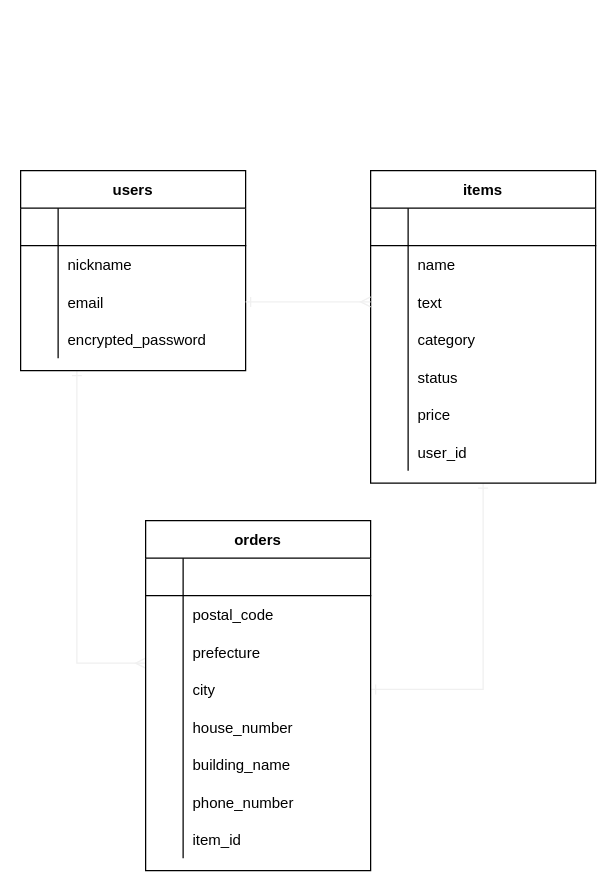
Before: app/furima.dio in pukutan2021/furima-36257, a draw.io diagram. Source tidied: cells renumbered, new cells numbered last; positions are measured from the earlier drawing's top-left corner, leaving out a move shared by most shapes. Both pictures are drawn from the tidied source at 125%, with x=0, y=0 at pixel (20, 170).
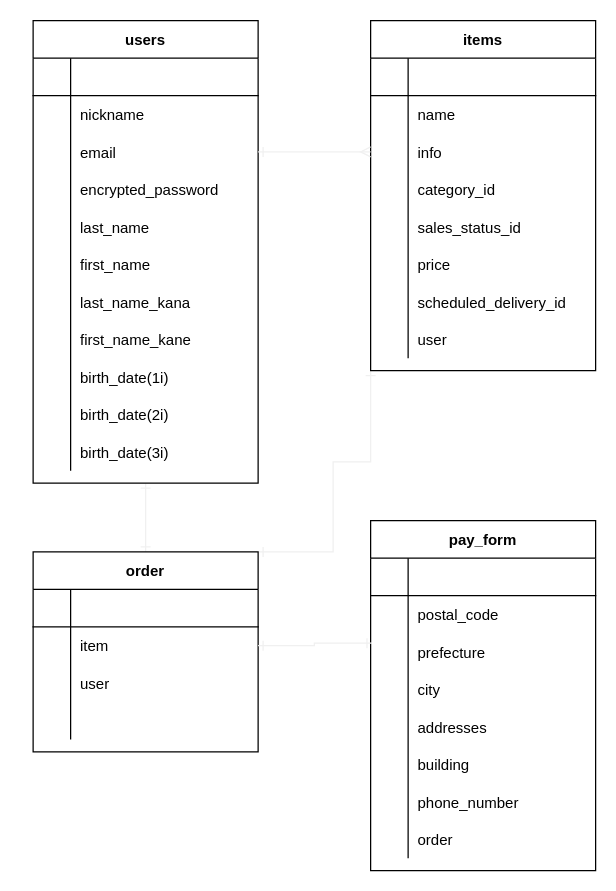
After the change.

Commit message (it also covers changes not shown here):
ER図とREADMEの変更

The change refers to these unchanged cells:
```xml
<mxCell id="24" style="shape=partialRectangle;fillColor=none;top=0;left=0;bottom=0;right=0;points=[[0,0.5],[1,0.5]];portConstraint=eastwest;" parent="17" vertex="1">
  <mxGeometry y="90" width="180" height="30" as="geometry" />
</mxCell>
<mxCell id="27" style="shape=partialRectangle;fillColor=none;top=0;left=0;bottom=0;right=0;" parent="17" vertex="1">
  <mxGeometry y="120" width="180" height="30" as="geometry" />
</mxCell>
<mxCell id="30" style="shape=partialRectangle;fillColor=none;top=0;left=0;bottom=0;right=0;" parent="17" vertex="1">
  <mxGeometry y="150" width="180" height="30" as="geometry" />
</mxCell>
<mxCell id="47" style="shape=partialRectangle;fillColor=none;top=0;left=0;bottom=0;right=0;points=[[0,0.5],[1,0.5]];portConstraint=eastwest;" parent="40" vertex="1">
  <mxGeometry y="90" width="180" height="30" as="geometry" />
</mxCell>
<mxCell id="50" style="shape=partialRectangle;fillColor=none;top=0;left=0;bottom=0;right=0;points=[[0,0.5],[1,0.5]];portConstraint=eastwest;" parent="40" vertex="1">
  <mxGeometry y="120" width="180" height="30" as="geometry" />
</mxCell>
<mxCell id="53" style="shape=partialRectangle;fillColor=none;top=0;left=0;bottom=0;right=0;" parent="40" vertex="1">
  <mxGeometry y="150" width="180" height="30" as="geometry" />
</mxCell>
<mxCell id="56" style="shape=partialRectangle;fillColor=none;top=0;left=0;bottom=0;right=0;" parent="40" vertex="1">
  <mxGeometry y="180" width="180" height="30" as="geometry" />
</mxCell>
<mxCell id="62" style="shape=partialRectangle;fillColor=none;top=0;left=0;bottom=0;right=0;" parent="40" vertex="1">
  <mxGeometry y="240" width="180" height="30" as="geometry" />
</mxCell>
```

Diff of the diagram source:
```diff
@@
-    <mxCell id="2" style="edgeStyle=orthogonalEdgeStyle;rounded=0;jettySize=auto;html=1;exitX=0.25;exitY=1;exitDx=0;exitDy=0;entryX=0;entryY=0.8;entryDx=0;entryDy=0;entryPerimeter=0;startArrow=ERone;startFill=0;endArrow=ERmany;endFill=0;strokeColor=#f0f0f0;" parent="1" edge="1" source="3" target="47">
-      <mxGeometry relative="1" as="geometry" />
-    </mxCell>
+    <mxCell id="65" style="edgeStyle=orthogonalEdgeStyle;rounded=0;jettySize=auto;html=1;exitX=0.5;exitY=1;exitDx=0;exitDy=0;entryX=0.5;entryY=0;entryDx=0;entryDy=0;startArrow=ERone;startFill=0;endArrow=ERone;endFill=0;strokeColor=#f0f0f0;" parent="1" edge="1" source="3" target="91">
+      <mxGeometry relative="1" as="geometry" />
+    </mxCell>
     <mxCell id="3" value="users" style="shape=table;startSize=30;childLayout=tableLayout;rowLines=0;fontStyle=1;align=center;" parent="1" vertex="1">
-      <mxGeometry width="180" height="160" as="geometry" />
+      <mxGeometry x="10" y="-120" width="180" height="370" as="geometry" />
     </mxCell>
@@
-    <mxCell id="16" style="edgeStyle=orthogonalEdgeStyle;rounded=0;jettySize=auto;html=1;exitX=0.5;exitY=1;exitDx=0;exitDy=0;entryX=1;entryY=0.5;entryDx=0;entryDy=0;startArrow=ERone;startFill=0;endArrow=ERone;endFill=0;strokeColor=#f0f0f0;" parent="1" edge="1" source="17" target="50">
-      <mxGeometry relative="1" as="geometry" />
-    </mxCell>
+    <mxCell id="66" style="shape=partialRectangle;fillColor=none;top=0;left=0;bottom=0;right=0;" parent="3" vertex="1">
+      <mxGeometry y="150" width="180" height="30" as="geometry" />
+    </mxCell>
+    <mxCell id="67" style="shape=partialRectangle;fillColor=none;top=0;left=0;bottom=0;right=0;overflow=hidden;" parent="66" vertex="1">
+      <mxGeometry width="30" height="30" as="geometry" />
+    </mxCell>
+    <mxCell id="68" value="last_name" style="shape=partialRectangle;fillColor=none;top=0;left=0;bottom=0;right=0;align=left;spacingLeft=6;overflow=hidden;" parent="66" vertex="1">
+      <mxGeometry x="30" width="150" height="30" as="geometry" />
+    </mxCell>
+    <mxCell id="69" style="shape=partialRectangle;fillColor=none;top=0;left=0;bottom=0;right=0;" parent="3" vertex="1">
+      <mxGeometry y="180" width="180" height="30" as="geometry" />
+    </mxCell>
+    <mxCell id="70" style="shape=partialRectangle;fillColor=none;top=0;left=0;bottom=0;right=0;overflow=hidden;" parent="69" vertex="1">
+      <mxGeometry width="30" height="30" as="geometry" />
+    </mxCell>
+    <mxCell id="71" value="first_name" style="shape=partialRectangle;fillColor=none;top=0;left=0;bottom=0;right=0;align=left;spacingLeft=6;overflow=hidden;" parent="69" vertex="1">
+      <mxGeometry x="30" width="150" height="30" as="geometry" />
+    </mxCell>
+    <mxCell id="72" style="shape=partialRectangle;fillColor=none;top=0;left=0;bottom=0;right=0;" parent="3" vertex="1">
+      <mxGeometry y="210" width="180" height="30" as="geometry" />
+    </mxCell>
+    <mxCell id="73" style="shape=partialRectangle;fillColor=none;top=0;left=0;bottom=0;right=0;overflow=hidden;" parent="72" vertex="1">
+      <mxGeometry width="30" height="30" as="geometry" />
+    </mxCell>
+    <mxCell id="74" value="last_name_kana" style="shape=partialRectangle;fillColor=none;top=0;left=0;bottom=0;right=0;align=left;spacingLeft=6;overflow=hidden;" parent="72" vertex="1">
+      <mxGeometry x="30" width="150" height="30" as="geometry" />
+    </mxCell>
+    <mxCell id="75" style="shape=partialRectangle;fillColor=none;top=0;left=0;bottom=0;right=0;" parent="3" vertex="1">
+      <mxGeometry y="240" width="180" height="30" as="geometry" />
+    </mxCell>
+    <mxCell id="76" style="shape=partialRectangle;fillColor=none;top=0;left=0;bottom=0;right=0;overflow=hidden;" parent="75" vertex="1">
+      <mxGeometry width="30" height="30" as="geometry" />
+    </mxCell>
+    <mxCell id="77" value="first_name_kane" style="shape=partialRectangle;fillColor=none;top=0;left=0;bottom=0;right=0;align=left;spacingLeft=6;overflow=hidden;" parent="75" vertex="1">
+      <mxGeometry x="30" width="150" height="30" as="geometry" />
+    </mxCell>
+    <mxCell id="78" style="shape=partialRectangle;fillColor=none;top=0;left=0;bottom=0;right=0;" parent="3" vertex="1">
+      <mxGeometry y="270" width="180" height="30" as="geometry" />
+    </mxCell>
+    <mxCell id="79" style="shape=partialRectangle;fillColor=none;top=0;left=0;bottom=0;right=0;overflow=hidden;" parent="78" vertex="1">
+      <mxGeometry width="30" height="30" as="geometry" />
+    </mxCell>
+    <mxCell id="80" value="birth_date(1i)" style="shape=partialRectangle;fillColor=none;top=0;left=0;bottom=0;right=0;align=left;spacingLeft=6;overflow=hidden;" parent="78" vertex="1">
+      <mxGeometry x="30" width="150" height="30" as="geometry" />
+    </mxCell>
+    <mxCell id="81" style="shape=partialRectangle;fillColor=none;top=0;left=0;bottom=0;right=0;" parent="3" vertex="1">
+      <mxGeometry y="300" width="180" height="30" as="geometry" />
+    </mxCell>
+    <mxCell id="82" style="shape=partialRectangle;fillColor=none;top=0;left=0;bottom=0;right=0;overflow=hidden;" parent="81" vertex="1">
+      <mxGeometry width="30" height="30" as="geometry" />
+    </mxCell>
+    <mxCell id="83" value="birth_date(2i)" style="shape=partialRectangle;fillColor=none;top=0;left=0;bottom=0;right=0;align=left;spacingLeft=6;overflow=hidden;" parent="81" vertex="1">
+      <mxGeometry x="30" width="150" height="30" as="geometry" />
+    </mxCell>
+    <mxCell id="84" style="shape=partialRectangle;fillColor=none;top=0;left=0;bottom=0;right=0;" parent="3" vertex="1">
+      <mxGeometry y="330" width="180" height="30" as="geometry" />
+    </mxCell>
+    <mxCell id="85" style="shape=partialRectangle;fillColor=none;top=0;left=0;bottom=0;right=0;overflow=hidden;" parent="84" vertex="1">
+      <mxGeometry width="30" height="30" as="geometry" />
+    </mxCell>
+    <mxCell id="86" value="birth_date(3i)" style="shape=partialRectangle;fillColor=none;top=0;left=0;bottom=0;right=0;align=left;spacingLeft=6;overflow=hidden;" parent="84" vertex="1">
+      <mxGeometry x="30" width="150" height="30" as="geometry" />
+    </mxCell>
+    <mxCell id="87" style="edgeStyle=orthogonalEdgeStyle;rounded=0;jettySize=auto;html=1;exitX=0;exitY=1;exitDx=0;exitDy=0;entryX=1;entryY=0;entryDx=0;entryDy=0;startArrow=ERone;startFill=0;endArrow=ERone;endFill=0;strokeColor=#f0f0f0;" parent="1" edge="1" source="17" target="91">
+      <mxGeometry relative="1" as="geometry">
+        <Array as="points">
+          <mxPoint x="280" y="233" />
+          <mxPoint x="250" y="233" />
+          <mxPoint x="250" y="305" />
+        </Array>
+      </mxGeometry>
+    </mxCell>
     <mxCell id="17" value="items" style="shape=table;startSize=30;childLayout=tableLayout;rowLines=0;fontStyle=1;align=center;" parent="1" vertex="1">
-      <mxGeometry x="280" width="180" height="250" as="geometry" />
+      <mxGeometry x="280" y="-120" width="180" height="280" as="geometry" />
     </mxCell>
@@
-    <mxCell id="26" value="text" style="shape=partialRectangle;fillColor=none;top=0;left=0;bottom=0;right=0;align=left;spacingLeft=6;overflow=hidden;" parent="24" vertex="1">
+    <mxCell id="26" value="info" style="shape=partialRectangle;fillColor=none;top=0;left=0;bottom=0;right=0;align=left;spacingLeft=6;overflow=hidden;" parent="24" vertex="1">
       <mxGeometry x="30" width="150" height="30" as="geometry" />
     </mxCell>
@@
-    <mxCell id="29" value="category" style="shape=partialRectangle;fillColor=none;top=0;left=0;bottom=0;right=0;align=left;spacingLeft=6;overflow=hidden;" parent="27" vertex="1">
+    <mxCell id="29" value="category_id" style="shape=partialRectangle;fillColor=none;top=0;left=0;bottom=0;right=0;align=left;spacingLeft=6;overflow=hidden;" parent="27" vertex="1">
       <mxGeometry x="30" width="150" height="30" as="geometry" />
     </mxCell>
@@
-    <mxCell id="32" value="status" style="shape=partialRectangle;fillColor=none;top=0;left=0;bottom=0;right=0;align=left;spacingLeft=6;overflow=hidden;" parent="30" vertex="1">
+    <mxCell id="32" value="sales_status_id" style="shape=partialRectangle;fillColor=none;top=0;left=0;bottom=0;right=0;align=left;spacingLeft=6;overflow=hidden;" parent="30" vertex="1">
       <mxGeometry x="30" width="150" height="30" as="geometry" />
     </mxCell>
@@
+    <mxCell id="88" style="shape=partialRectangle;fillColor=none;top=0;left=0;bottom=0;right=0;" parent="17" vertex="1">
+      <mxGeometry y="210" width="180" height="30" as="geometry" />
+    </mxCell>
+    <mxCell id="89" style="shape=partialRectangle;fillColor=none;top=0;left=0;bottom=0;right=0;overflow=hidden;" parent="88" vertex="1">
+      <mxGeometry width="30" height="30" as="geometry" />
+    </mxCell>
+    <mxCell id="90" value="scheduled_delivery_id" style="shape=partialRectangle;fillColor=none;top=0;left=0;bottom=0;right=0;align=left;spacingLeft=6;overflow=hidden;" parent="88" vertex="1">
+      <mxGeometry x="30" width="150" height="30" as="geometry" />
+    </mxCell>
     <mxCell id="36" style="shape=partialRectangle;fillColor=none;top=0;left=0;bottom=0;right=0;" parent="17" vertex="1">
-      <mxGeometry y="210" width="180" height="30" as="geometry" />
+      <mxGeometry y="240" width="180" height="30" as="geometry" />
     </mxCell>
@@
-    <mxCell id="38" value="user_id" style="shape=partialRectangle;fillColor=none;top=0;left=0;bottom=0;right=0;align=left;spacingLeft=6;overflow=hidden;" parent="36" vertex="1">
+    <mxCell id="38" value="user" style="shape=partialRectangle;fillColor=none;top=0;left=0;bottom=0;right=0;align=left;spacingLeft=6;overflow=hidden;" parent="36" vertex="1">
       <mxGeometry x="30" width="150" height="30" as="geometry" />
     </mxCell>
@@
-    <mxCell id="40" value="orders" style="shape=table;startSize=30;childLayout=tableLayout;rowLines=0;fontStyle=1;align=center;" parent="1" vertex="1">
-      <mxGeometry x="100" y="280" width="180" height="280" as="geometry" />
+    <mxCell id="40" value="pay_form" style="shape=table;startSize=30;childLayout=tableLayout;rowLines=0;fontStyle=1;align=center;" parent="1" vertex="1">
+      <mxGeometry x="280" y="280" width="180" height="280" as="geometry" />
     </mxCell>
@@
-    <mxCell id="55" value="house_number" style="shape=partialRectangle;fillColor=none;top=0;left=0;bottom=0;right=0;align=left;spacingLeft=6;overflow=hidden;" parent="53" vertex="1">
+    <mxCell id="55" value="addresses" style="shape=partialRectangle;fillColor=none;top=0;left=0;bottom=0;right=0;align=left;spacingLeft=6;overflow=hidden;" parent="53" vertex="1">
       <mxGeometry x="30" width="150" height="30" as="geometry" />
     </mxCell>
@@
-    <mxCell id="58" value="building_name" style="shape=partialRectangle;fillColor=none;top=0;left=0;bottom=0;right=0;align=left;spacingLeft=6;overflow=hidden;" parent="56" vertex="1">
+    <mxCell id="58" value="building" style="shape=partialRectangle;fillColor=none;top=0;left=0;bottom=0;right=0;align=left;spacingLeft=6;overflow=hidden;" parent="56" vertex="1">
       <mxGeometry x="30" width="150" height="30" as="geometry" />
     </mxCell>
@@
-    <mxCell id="64" value="item_id" style="shape=partialRectangle;fillColor=none;top=0;left=0;bottom=0;right=0;align=left;spacingLeft=6;overflow=hidden;" parent="62" vertex="1">
+    <mxCell id="64" value="order" style="shape=partialRectangle;fillColor=none;top=0;left=0;bottom=0;right=0;align=left;spacingLeft=6;overflow=hidden;" parent="62" vertex="1">
       <mxGeometry x="30" width="150" height="30" as="geometry" />
     </mxCell>
+    <mxCell id="91" value="order" style="shape=table;startSize=30;childLayout=tableLayout;rowLines=0;fontStyle=1;align=center;" parent="1" vertex="1">
+      <mxGeometry x="10" y="305" width="180" height="160" as="geometry" />
+    </mxCell>
+    <mxCell id="92" style="shape=partialRectangle;fillColor=none;top=0;left=0;bottom=1;right=0;" parent="91" vertex="1">
+      <mxGeometry y="30" width="180" height="30" as="geometry" />
+    </mxCell>
+    <mxCell id="93" style="shape=partialRectangle;fillColor=none;top=0;left=0;bottom=0;right=0;fontStyle=1;overflow=hidden;" parent="92" vertex="1">
+      <mxGeometry width="30" height="30" as="geometry" />
+    </mxCell>
+    <mxCell id="94" style="shape=partialRectangle;fillColor=none;top=0;left=0;bottom=0;right=0;align=left;spacingLeft=6;fontStyle=5;overflow=hidden;" parent="92" vertex="1">
+      <mxGeometry x="30" width="150" height="30" as="geometry" />
+    </mxCell>
+    <mxCell id="95" style="shape=partialRectangle;fillColor=none;top=0;left=0;bottom=0;right=0;points=[[0,0.5],[1,0.5]];portConstraint=eastwest;" parent="91" vertex="1">
+      <mxGeometry y="60" width="180" height="30" as="geometry" />
+    </mxCell>
+    <mxCell id="96" style="shape=partialRectangle;fillColor=none;top=0;left=0;bottom=0;right=0;overflow=hidden;" parent="95" vertex="1">
+      <mxGeometry width="30" height="30" as="geometry" />
+    </mxCell>
+    <mxCell id="97" value="item" style="shape=partialRectangle;fillColor=none;top=0;left=0;bottom=0;right=0;align=left;spacingLeft=6;overflow=hidden;" parent="95" vertex="1">
+      <mxGeometry x="30" width="150" height="30" as="geometry" />
+    </mxCell>
+    <mxCell id="98" style="shape=partialRectangle;fillColor=none;top=0;left=0;bottom=0;right=0;" parent="91" vertex="1">
+      <mxGeometry y="90" width="180" height="30" as="geometry" />
+    </mxCell>
+    <mxCell id="99" style="shape=partialRectangle;fillColor=none;top=0;left=0;bottom=0;right=0;overflow=hidden;" parent="98" vertex="1">
+      <mxGeometry width="30" height="30" as="geometry" />
+    </mxCell>
+    <mxCell id="100" value="user" style="shape=partialRectangle;fillColor=none;top=0;left=0;bottom=0;right=0;align=left;spacingLeft=6;overflow=hidden;" parent="98" vertex="1">
+      <mxGeometry x="30" width="150" height="30" as="geometry" />
+    </mxCell>
+    <mxCell id="101" style="shape=partialRectangle;fillColor=none;top=0;left=0;bottom=0;right=0;" parent="91" vertex="1">
+      <mxGeometry y="120" width="180" height="30" as="geometry" />
+    </mxCell>
+    <mxCell id="102" style="shape=partialRectangle;fillColor=none;top=0;left=0;bottom=0;right=0;overflow=hidden;" parent="101" vertex="1">
+      <mxGeometry width="30" height="30" as="geometry" />
+    </mxCell>
+    <mxCell id="103" style="shape=partialRectangle;fillColor=none;top=0;left=0;bottom=0;right=0;align=left;spacingLeft=6;overflow=hidden;" parent="101" vertex="1">
+      <mxGeometry x="30" width="150" height="30" as="geometry" />
+    </mxCell>
+    <mxCell id="104" style="edgeStyle=orthogonalEdgeStyle;rounded=0;jettySize=auto;html=1;exitX=1;exitY=0.5;exitDx=0;exitDy=0;entryX=0.006;entryY=0.267;entryDx=0;entryDy=0;entryPerimeter=0;startArrow=ERone;startFill=0;endArrow=ERone;endFill=0;strokeColor=#f0f0f0;" parent="1" edge="1" source="95" target="47">
+      <mxGeometry relative="1" as="geometry" />
+    </mxCell>
```
